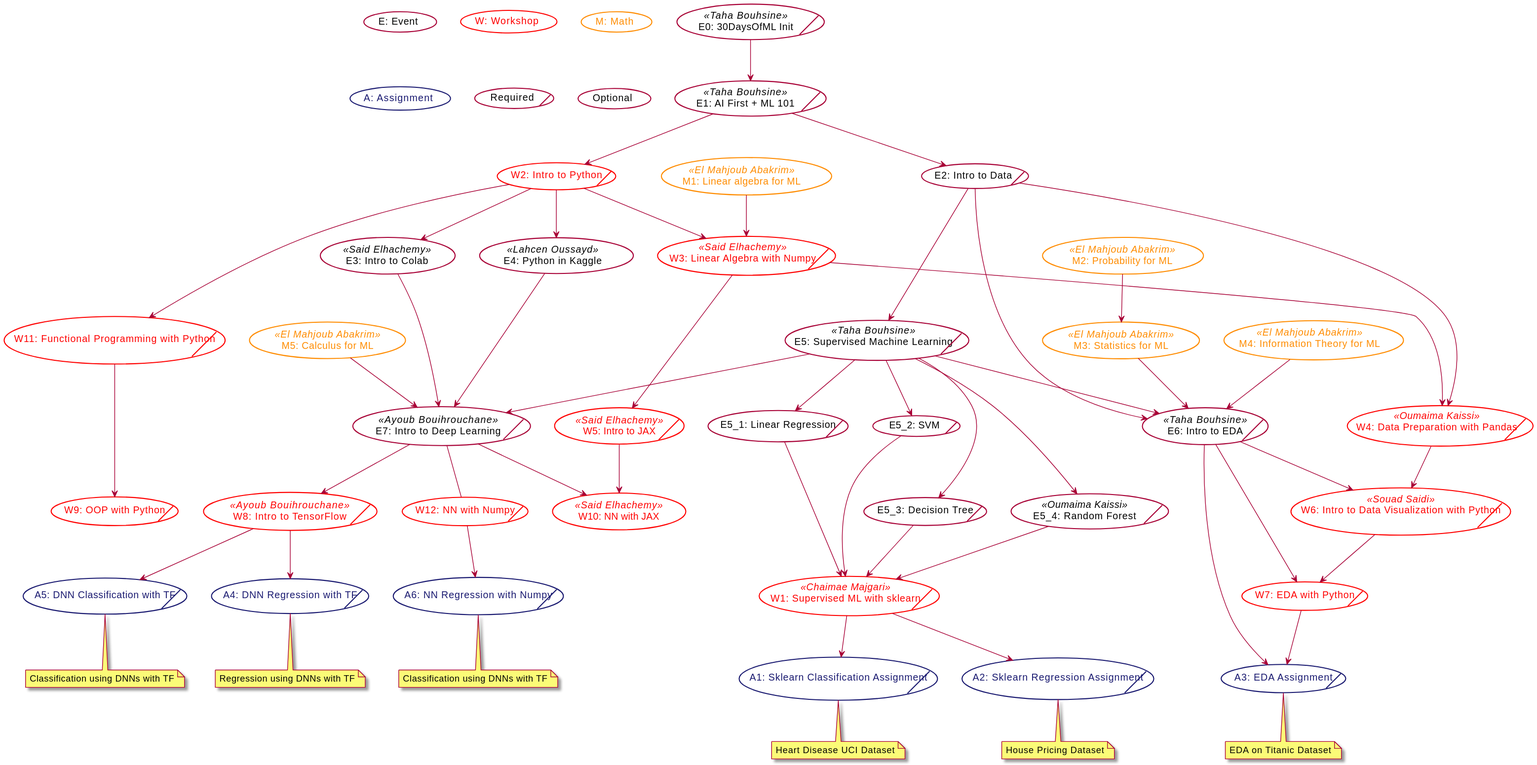
Earlier version of the PlantUML export out/mlstart/MLStart.svg (gdscuiz/30daysofml). Source of this version:
```plantuml
@startuml "MLStart"

skinparam usecase {
BackgroundColor transparent
shadowing false
}

(E: Event)
(W: Workshop) #line:red;text:red
(M: Math) #line:darkorange;text:darkorange
(A: Assignment) #line:MidnightBlue;text:MidnightBlue

(E0: 30DaysOfML Init)/ as E0 <<Taha Bouhsine>>
(E1: AI First + ML 101)/ as E1 <<Taha Bouhsine>>

(E2: Intro to Data)/ as E2
(E3: Intro to Colab) as E3 <<Said Elhachemy>>
(E4: Python in Kaggle) as E4 << Lahcen Oussayd >>
(E5: Supervised Machine Learning)/ as E5 <<Taha Bouhsine>>
(E5_1: Linear Regression)/ as E5_1
(E5_2: SVM)/ as E5_2
(E5_3: Decision Tree)/ as E5_3
(E5_4: Random Forest)/ as E5_4 <<Oumaima Kaissi>>
(E6: Intro to EDA)/ as E6 <<Taha Bouhsine>>
(E7: Intro to Deep Learning)/ as E7 << Ayoub Bouihrouchane >>




(W1: Supervised ML with sklearn)/ as W1 << Chaimae Majgari>> #line:red;text:red
(W2: Intro to Python)/ as W2 #line:red;text:red
(W3: Linear Algebra with Numpy)/ as W3 <<Said Elhachemy>> #line:red;text:red
(W4: Data Preparation with Pandas)/ as W4 <<Oumaima Kaissi>> #line:red;text:red
(W5: Intro to JAX)/ as W5 <<Said Elhachemy>> #line:red;text:red
(W6: Intro to Data Visualization with Python)/ as W6 <<Souad Saidi>> #line:red;text:red
(W7: EDA with Python)/ as W7 #line:red;text:red
(W8: Intro to TensorFlow)/ as W8 << Ayoub Bouihrouchane >> #line:red;text:red
(W9: OOP with Python)/ as W9 #line:red;text:red
(W10: NN with JAX) as W10 <<Said Elhachemy>> #line:red;text:red
(W11: Functional Programming with Python)/ as W11 #line:red;text:red
(W12: NN with Numpy)/ as W12 #line:red;text:red

(M1: Linear algebra for ML) as M1 << El Mahjoub Abakrim >> #line:darkorange;text:darkorange
(M2: Probability for ML) as M2 << El Mahjoub Abakrim >> #line:darkorange;text:darkorange
(M3: Statistics for ML) as M3 << El Mahjoub Abakrim >> #line:darkorange;text:darkorange
(M5: Calculus for ML) as M5 << El Mahjoub Abakrim >> #line:darkorange;text:darkorange
(M4: Information Theory for ML) as M4 << El Mahjoub Abakrim >> #line:darkorange;text:darkorange

(A1: Sklearn Classification Assignment)/ as A1 #line:MidnightBlue;text:MidnightBlue
note bottom [[http://GDSCUIZ.github.io]]
Heart Disease UCI Dataset
end note

(A2: Sklearn Regression Assignment)/ as A2 #line:MidnightBlue;text:MidnightBlue
note bottom [[http://GDSCUIZ.github.io]]
House Pricing Dataset
end note

(A3: EDA Assignment)/ as A3 #line:MidnightBlue;text:MidnightBlue
note bottom [[http://GDSCUIZ.github.io]]
EDA on Titanic Dataset
end note

(A4: DNN Regression with TF)/ as A4 #line:MidnightBlue;text:MidnightBlue
note bottom [[http://GDSCUIZ.github.io]]
Regression using DNNs with TF
end note

(A5: DNN Classification with TF)/ as A5 #line:MidnightBlue;text:MidnightBlue
note bottom [[http://GDSCUIZ.github.io]]
Classification using DNNs with TF
end note

(A6: NN Regression with Numpy)/ as A6 #line:MidnightBlue;text:MidnightBlue
note bottom [[http://GDSCUIZ.github.io]]
Classification using DNNs with TF
end note

M1 --> W3

M2 --> M3

M3 --> E6
M4 --> E6

M5 --> E7

E0 --> E1

E1 --> W2
E1 --> E2

E2 ---> E5
E2 --> W4
E2 ---> E6

E3 --> E7

E4 --> E7

E5 --> E7
E5 --> E6
E5 --> E5_1
E5 --> E5_2
E5 ---> E5_3
E5 ---> E5_4
E5_1 --> W1
E5_2 --> W1
E5_3 --> W1
E5_4 --> W1


E6 --> A3
E6 --> W7
E6 --> W6

E7 --> W8
E7 --> W10
E7 -- W12

W1 --> A1
W1 --> A2

W2 --> E4
W2 --> E3
W2 --> W3
W2 ---> W11

W3 ---> W4
W3 --> W5

W4 --> W6

W5 --> W10

W6 --> W7

W7 --> A3

W8 --> A4
W8 --> A5

W11 ---> W9

W12 --> A6

(Required)/
(Optional)
@enduml
```
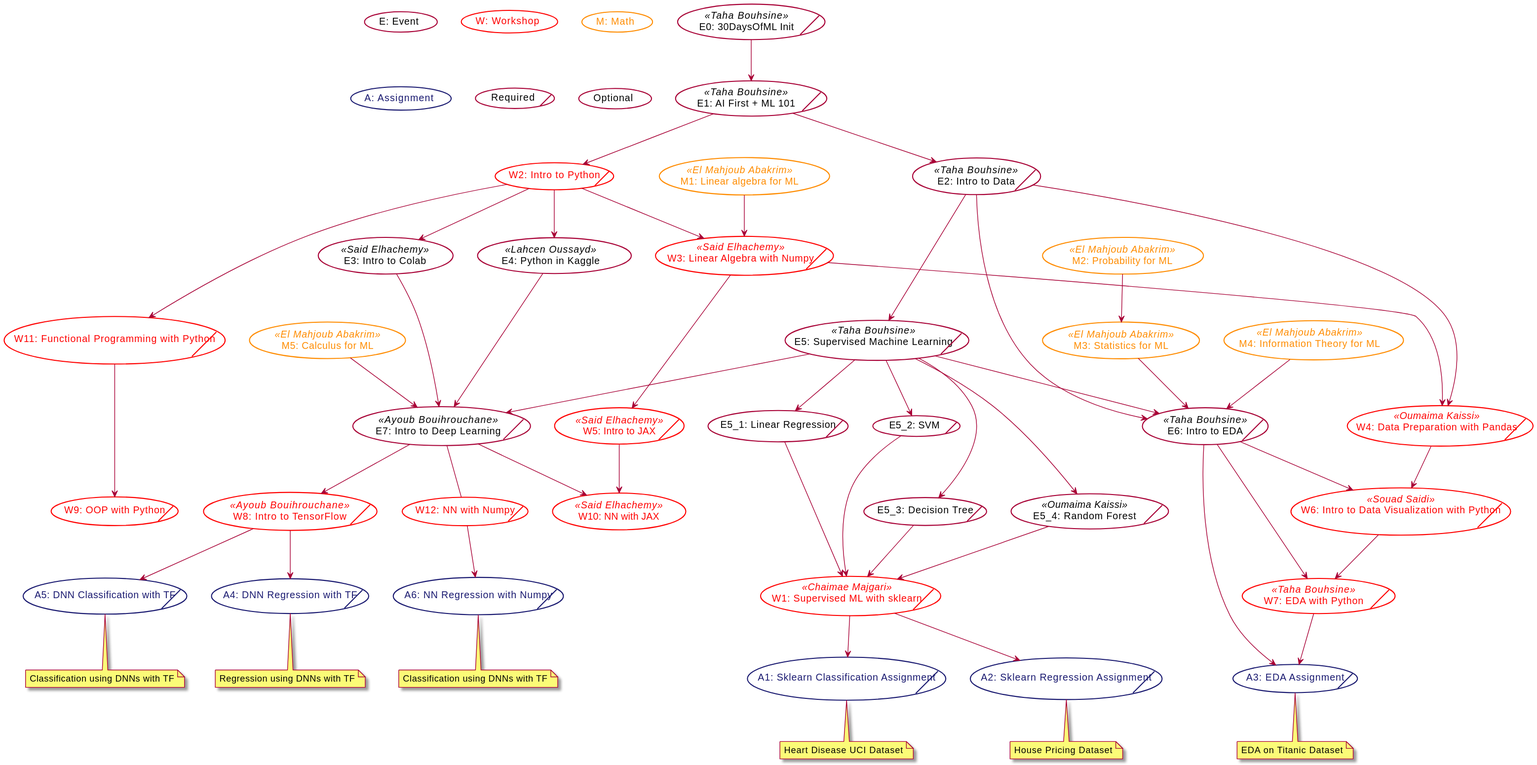
The same file after the commit.

Change to the diagram source:
```diff
@@ -13,7 +13,7 @@
 (E0: 30DaysOfML Init)/ as E0 <<Taha Bouhsine>>
 (E1: AI First + ML 101)/ as E1 <<Taha Bouhsine>>
 
-(E2: Intro to Data)/ as E2
+(E2: Intro to Data)/ as E2 <<Taha Bouhsine>>
 (E3: Intro to Colab) as E3 <<Said Elhachemy>>
 (E4: Python in Kaggle) as E4 << Lahcen Oussayd >>
 (E5: Supervised Machine Learning)/ as E5 <<Taha Bouhsine>>
@@ -33,7 +33,7 @@
 (W4: Data Preparation with Pandas)/ as W4 <<Oumaima Kaissi>> #line:red;text:red
 (W5: Intro to JAX)/ as W5 <<Said Elhachemy>> #line:red;text:red
 (W6: Intro to Data Visualization with Python)/ as W6 <<Souad Saidi>> #line:red;text:red
-(W7: EDA with Python)/ as W7 #line:red;text:red
+(W7: EDA with Python)/ as W7 <<Taha Bouhsine>> #line:red;text:red
 (W8: Intro to TensorFlow)/ as W8 << Ayoub Bouihrouchane >> #line:red;text:red
 (W9: OOP with Python)/ as W9 #line:red;text:red
 (W10: NN with JAX) as W10 <<Said Elhachemy>> #line:red;text:red
```
